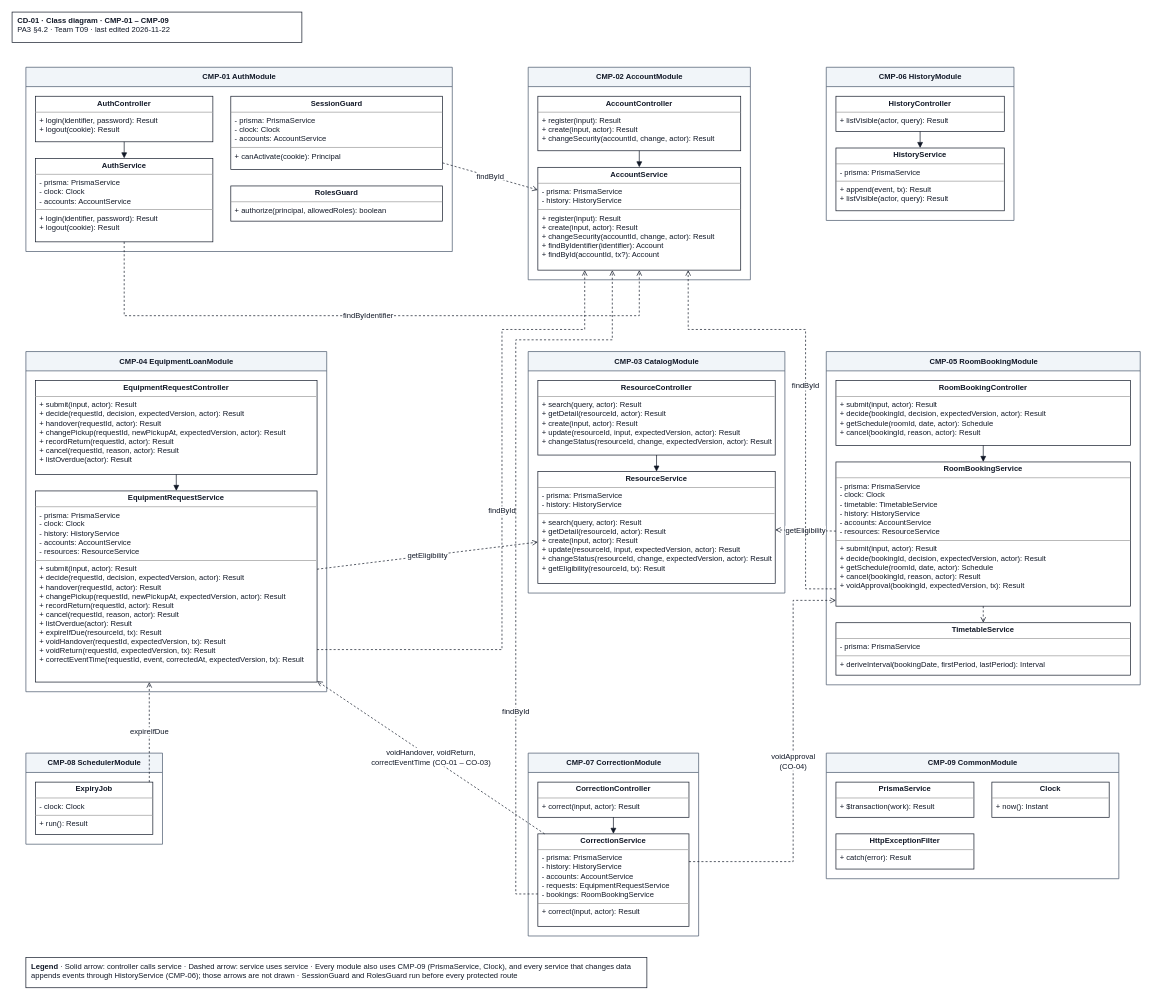
The draw.io diagram docs/design/diagrams/CD-01_component-classes.drawio in JuliaTrang/T09-CampusBorrow, before the edit. Source tidied: cells renumbered, new cells numbered last; positions are measured from the earlier drawing's top-left corner, leaving out a move shared by most shapes. Both pictures are drawn from the tidied source at 69%, with x=0, y=0 at pixel (12, 12).
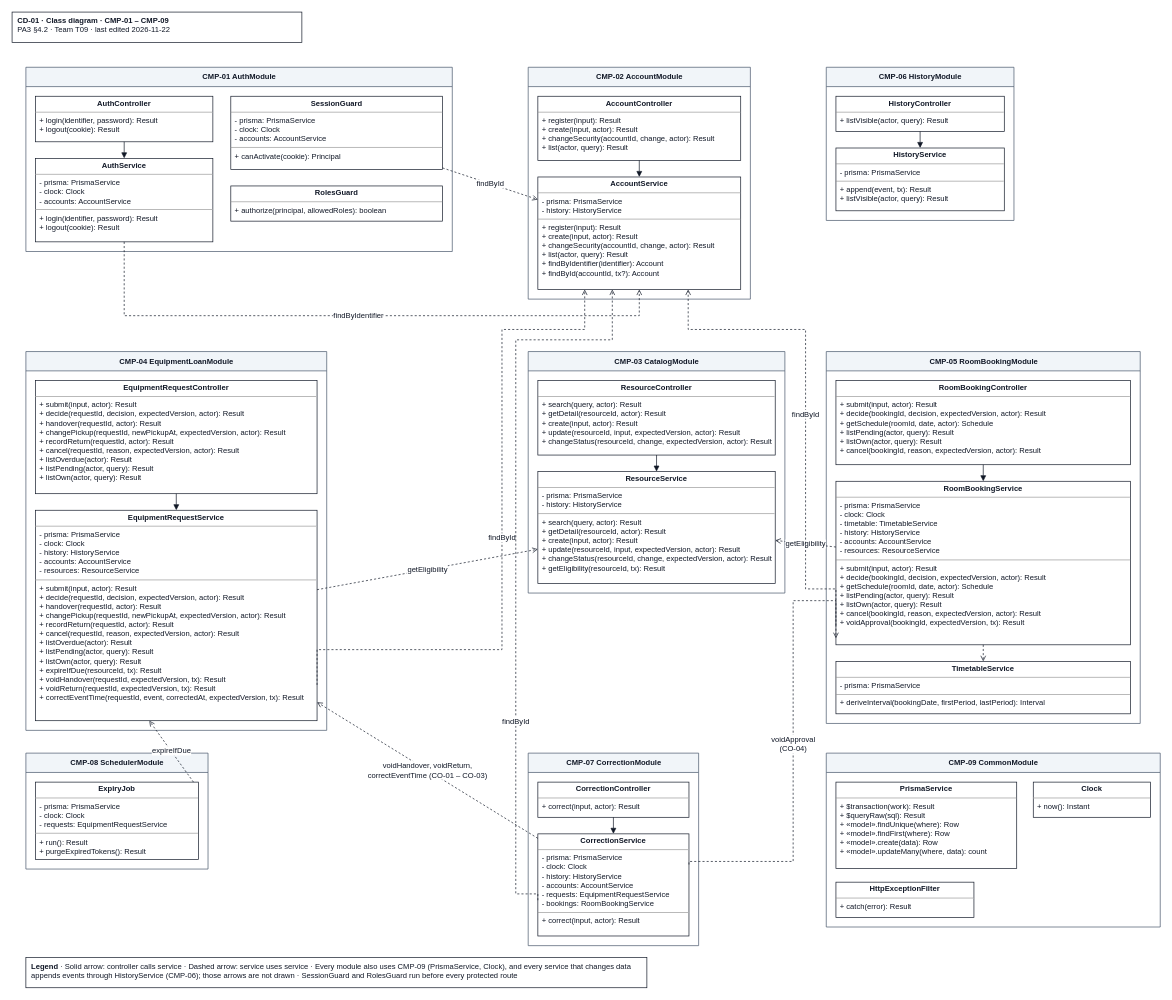
Above is the later version.

What changed in the source:
```diff
@@
     <mxCell id="8" value="CMP-02 AccountModule" style="swimlane;startSize=28;html=1;horizontal=1;fillColor=#f1f5f9;strokeColor=#475569;fontStyle=1;rounded=0;fontFamily=Arial;fontSize=11;fontColor=#111827;" parent="1" vertex="1">
-      <mxGeometry x="748" y="80" width="322" height="308" as="geometry" />
+      <mxGeometry x="748" y="80" width="322" height="336" as="geometry" />
     </mxCell>
-    <mxCell id="9" value="&lt;p style=&quot;margin:0px;margin-top:4px;text-align:center;&quot;&gt;&lt;b&gt;AccountController&lt;/b&gt;&lt;/p&gt;&lt;hr size=&quot;1&quot;/&gt;&lt;p style=&quot;margin:0px;margin-left:6px;&quot;&gt;+ register(input): Result&lt;br&gt;+ create(input, actor): Result&lt;br&gt;+ changeSecurity(accountId, change, actor): Result&lt;/p&gt;" style="verticalAlign=top;align=left;overflow=fill;html=1;whiteSpace=wrap;rounded=0;strokeColor=#111827;fillColor=#ffffff;fontFamily=Arial;fontSize=11;fontColor=#111827;" parent="8" vertex="1">
-      <mxGeometry x="14" y="42" width="294" height="79" as="geometry" />
+    <mxCell id="9" value="&lt;p style=&quot;margin:0px;margin-top:4px;text-align:center;&quot;&gt;&lt;b&gt;AccountController&lt;/b&gt;&lt;/p&gt;&lt;hr size=&quot;1&quot;/&gt;&lt;p style=&quot;margin:0px;margin-left:6px;&quot;&gt;+ register(input): Result&lt;br&gt;+ create(input, actor): Result&lt;br&gt;+ changeSecurity(accountId, change, actor): Result&lt;br&gt;+ list(actor, query): Result&lt;/p&gt;" style="verticalAlign=top;align=left;overflow=fill;html=1;whiteSpace=wrap;rounded=0;strokeColor=#111827;fillColor=#ffffff;fontFamily=Arial;fontSize=11;fontColor=#111827;" parent="8" vertex="1">
+      <mxGeometry x="14" y="42" width="294" height="93" as="geometry" />
     </mxCell>
-    <mxCell id="10" value="&lt;p style=&quot;margin:0px;margin-top:4px;text-align:center;&quot;&gt;&lt;b&gt;AccountService&lt;/b&gt;&lt;/p&gt;&lt;hr size=&quot;1&quot;/&gt;&lt;p style=&quot;margin:0px;margin-left:6px;&quot;&gt;- prisma: PrismaService&lt;br&gt;- history: HistoryService&lt;/p&gt;&lt;hr size=&quot;1&quot;/&gt;&lt;p style=&quot;margin:0px;margin-left:6px;&quot;&gt;+ register(input): Result&lt;br&gt;+ create(input, actor): Result&lt;br&gt;+ changeSecurity(accountId, change, actor): Result&lt;br&gt;+ findByIdentifier(identifier): Account&lt;br&gt;+ findById(accountId, tx?): Account&lt;/p&gt;" style="verticalAlign=top;align=left;overflow=fill;html=1;whiteSpace=wrap;rounded=0;strokeColor=#111827;fillColor=#ffffff;fontFamily=Arial;fontSize=11;fontColor=#111827;" parent="8" vertex="1">
-      <mxGeometry x="14" y="145" width="294" height="149" as="geometry" />
+    <mxCell id="10" value="&lt;p style=&quot;margin:0px;margin-top:4px;text-align:center;&quot;&gt;&lt;b&gt;AccountService&lt;/b&gt;&lt;/p&gt;&lt;hr size=&quot;1&quot;/&gt;&lt;p style=&quot;margin:0px;margin-left:6px;&quot;&gt;- prisma: PrismaService&lt;br&gt;- history: HistoryService&lt;/p&gt;&lt;hr size=&quot;1&quot;/&gt;&lt;p style=&quot;margin:0px;margin-left:6px;&quot;&gt;+ register(input): Result&lt;br&gt;+ create(input, actor): Result&lt;br&gt;+ changeSecurity(accountId, change, actor): Result&lt;br&gt;+ list(actor, query): Result&lt;br&gt;+ findByIdentifier(identifier): Account&lt;br&gt;+ findById(accountId, tx?): Account&lt;/p&gt;" style="verticalAlign=top;align=left;overflow=fill;html=1;whiteSpace=wrap;rounded=0;strokeColor=#111827;fillColor=#ffffff;fontFamily=Arial;fontSize=11;fontColor=#111827;" parent="8" vertex="1">
+      <mxGeometry x="14" y="159" width="294" height="163" as="geometry" />
     </mxCell>
@@
     <mxCell id="14" value="CMP-04 EquipmentLoanModule" style="swimlane;startSize=28;html=1;horizontal=1;fillColor=#f1f5f9;strokeColor=#475569;fontStyle=1;rounded=0;fontFamily=Arial;fontSize=11;fontColor=#111827;" parent="1" vertex="1">
-      <mxGeometry x="20" y="492" width="436" height="493" as="geometry" />
+      <mxGeometry x="20" y="492" width="436" height="549" as="geometry" />
     </mxCell>
-    <mxCell id="15" value="&lt;p style=&quot;margin:0px;margin-top:4px;text-align:center;&quot;&gt;&lt;b&gt;EquipmentRequestController&lt;/b&gt;&lt;/p&gt;&lt;hr size=&quot;1&quot;/&gt;&lt;p style=&quot;margin:0px;margin-left:6px;&quot;&gt;+ submit(input, actor): Result&lt;br&gt;+ decide(requestId, decision, expectedVersion, actor): Result&lt;br&gt;+ handover(requestId, actor): Result&lt;br&gt;+ changePickup(requestId, newPickupAt, expectedVersion, actor): Result&lt;br&gt;+ recordReturn(requestId, actor): Result&lt;br&gt;+ cancel(requestId, reason, actor): Result&lt;br&gt;+ listOverdue(actor): Result&lt;/p&gt;" style="verticalAlign=top;align=left;overflow=fill;html=1;whiteSpace=wrap;rounded=0;strokeColor=#111827;fillColor=#ffffff;fontFamily=Arial;fontSize=11;fontColor=#111827;" parent="14" vertex="1">
-      <mxGeometry x="14" y="42" width="408" height="136" as="geometry" />
+    <mxCell id="15" value="&lt;p style=&quot;margin:0px;margin-top:4px;text-align:center;&quot;&gt;&lt;b&gt;EquipmentRequestController&lt;/b&gt;&lt;/p&gt;&lt;hr size=&quot;1&quot;/&gt;&lt;p style=&quot;margin:0px;margin-left:6px;&quot;&gt;+ submit(input, actor): Result&lt;br&gt;+ decide(requestId, decision, expectedVersion, actor): Result&lt;br&gt;+ handover(requestId, actor): Result&lt;br&gt;+ changePickup(requestId, newPickupAt, expectedVersion, actor): Result&lt;br&gt;+ recordReturn(requestId, actor): Result&lt;br&gt;+ cancel(requestId, reason, expectedVersion, actor): Result&lt;br&gt;+ listOverdue(actor): Result&lt;br&gt;+ listPending(actor, query): Result&lt;br&gt;+ listOwn(actor, query): Result&lt;/p&gt;" style="verticalAlign=top;align=left;overflow=fill;html=1;whiteSpace=wrap;rounded=0;strokeColor=#111827;fillColor=#ffffff;fontFamily=Arial;fontSize=11;fontColor=#111827;" parent="14" vertex="1">
+      <mxGeometry x="14" y="42" width="408" height="164" as="geometry" />
     </mxCell>
-    <mxCell id="16" value="&lt;p style=&quot;margin:0px;margin-top:4px;text-align:center;&quot;&gt;&lt;b&gt;EquipmentRequestService&lt;/b&gt;&lt;/p&gt;&lt;hr size=&quot;1&quot;/&gt;&lt;p style=&quot;margin:0px;margin-left:6px;&quot;&gt;- prisma: PrismaService&lt;br&gt;- clock: Clock&lt;br&gt;- history: HistoryService&lt;br&gt;- accounts: AccountService&lt;br&gt;- resources: ResourceService&lt;/p&gt;&lt;hr size=&quot;1&quot;/&gt;&lt;p style=&quot;margin:0px;margin-left:6px;&quot;&gt;+ submit(input, actor): Result&lt;br&gt;+ decide(requestId, decision, expectedVersion, actor): Result&lt;br&gt;+ handover(requestId, actor): Result&lt;br&gt;+ changePickup(requestId, newPickupAt, expectedVersion, actor): Result&lt;br&gt;+ recordReturn(requestId, actor): Result&lt;br&gt;+ cancel(requestId, reason, actor): Result&lt;br&gt;+ listOverdue(actor): Result&lt;br&gt;+ expireIfDue(resourceId, tx): Result&lt;br&gt;+ voidHandover(requestId, expectedVersion, tx): Result&lt;br&gt;+ voidReturn(requestId, expectedVersion, tx): Result&lt;br&gt;+ correctEventTime(requestId, event, correctedAt, expectedVersion, tx): Result&lt;/p&gt;" style="verticalAlign=top;align=left;overflow=fill;html=1;whiteSpace=wrap;rounded=0;strokeColor=#111827;fillColor=#ffffff;fontFamily=Arial;fontSize=11;fontColor=#111827;" parent="14" vertex="1">
-      <mxGeometry x="14" y="202" width="408" height="277" as="geometry" />
+    <mxCell id="16" value="&lt;p style=&quot;margin:0px;margin-top:4px;text-align:center;&quot;&gt;&lt;b&gt;EquipmentRequestService&lt;/b&gt;&lt;/p&gt;&lt;hr size=&quot;1&quot;/&gt;&lt;p style=&quot;margin:0px;margin-left:6px;&quot;&gt;- prisma: PrismaService&lt;br&gt;- clock: Clock&lt;br&gt;- history: HistoryService&lt;br&gt;- accounts: AccountService&lt;br&gt;- resources: ResourceService&lt;/p&gt;&lt;hr size=&quot;1&quot;/&gt;&lt;p style=&quot;margin:0px;margin-left:6px;&quot;&gt;+ submit(input, actor): Result&lt;br&gt;+ decide(requestId, decision, expectedVersion, actor): Result&lt;br&gt;+ handover(requestId, actor): Result&lt;br&gt;+ changePickup(requestId, newPickupAt, expectedVersion, actor): Result&lt;br&gt;+ recordReturn(requestId, actor): Result&lt;br&gt;+ cancel(requestId, reason, expectedVersion, actor): Result&lt;br&gt;+ listOverdue(actor): Result&lt;br&gt;+ listPending(actor, query): Result&lt;br&gt;+ listOwn(actor, query): Result&lt;br&gt;+ expireIfDue(resourceId, tx): Result&lt;br&gt;+ voidHandover(requestId, expectedVersion, tx): Result&lt;br&gt;+ voidReturn(requestId, expectedVersion, tx): Result&lt;br&gt;+ correctEventTime(requestId, event, correctedAt, expectedVersion, tx): Result&lt;/p&gt;" style="verticalAlign=top;align=left;overflow=fill;html=1;whiteSpace=wrap;rounded=0;strokeColor=#111827;fillColor=#ffffff;fontFamily=Arial;fontSize=11;fontColor=#111827;" parent="14" vertex="1">
+      <mxGeometry x="14" y="230" width="408" height="305" as="geometry" />
     </mxCell>
@@
     <mxCell id="20" value="CMP-05 RoomBookingModule" style="swimlane;startSize=28;html=1;horizontal=1;fillColor=#f1f5f9;strokeColor=#475569;fontStyle=1;rounded=0;fontFamily=Arial;fontSize=11;fontColor=#111827;" parent="1" vertex="1">
-      <mxGeometry x="1180" y="492" width="455" height="483" as="geometry" />
+      <mxGeometry x="1180" y="492" width="455" height="539" as="geometry" />
     </mxCell>
-    <mxCell id="21" value="&lt;p style=&quot;margin:0px;margin-top:4px;text-align:center;&quot;&gt;&lt;b&gt;RoomBookingController&lt;/b&gt;&lt;/p&gt;&lt;hr size=&quot;1&quot;/&gt;&lt;p style=&quot;margin:0px;margin-left:6px;&quot;&gt;+ submit(input, actor): Result&lt;br&gt;+ decide(bookingId, decision, expectedVersion, actor): Result&lt;br&gt;+ getSchedule(roomId, date, actor): Schedule&lt;br&gt;+ cancel(bookingId, reason, actor): Result&lt;/p&gt;" style="verticalAlign=top;align=left;overflow=fill;html=1;whiteSpace=wrap;rounded=0;strokeColor=#111827;fillColor=#ffffff;fontFamily=Arial;fontSize=11;fontColor=#111827;" parent="20" vertex="1">
-      <mxGeometry x="14" y="42" width="427" height="94" as="geometry" />
+    <mxCell id="21" value="&lt;p style=&quot;margin:0px;margin-top:4px;text-align:center;&quot;&gt;&lt;b&gt;RoomBookingController&lt;/b&gt;&lt;/p&gt;&lt;hr size=&quot;1&quot;/&gt;&lt;p style=&quot;margin:0px;margin-left:6px;&quot;&gt;+ submit(input, actor): Result&lt;br&gt;+ decide(bookingId, decision, expectedVersion, actor): Result&lt;br&gt;+ getSchedule(roomId, date, actor): Schedule&lt;br&gt;+ listPending(actor, query): Result&lt;br&gt;+ listOwn(actor, query): Result&lt;br&gt;+ cancel(bookingId, reason, expectedVersion, actor): Result&lt;/p&gt;" style="verticalAlign=top;align=left;overflow=fill;html=1;whiteSpace=wrap;rounded=0;strokeColor=#111827;fillColor=#ffffff;fontFamily=Arial;fontSize=11;fontColor=#111827;" parent="20" vertex="1">
+      <mxGeometry x="14" y="42" width="427" height="122" as="geometry" />
     </mxCell>
-    <mxCell id="22" value="&lt;p style=&quot;margin:0px;margin-top:4px;text-align:center;&quot;&gt;&lt;b&gt;RoomBookingService&lt;/b&gt;&lt;/p&gt;&lt;hr size=&quot;1&quot;/&gt;&lt;p style=&quot;margin:0px;margin-left:6px;&quot;&gt;- prisma: PrismaService&lt;br&gt;- clock: Clock&lt;br&gt;- timetable: TimetableService&lt;br&gt;- history: HistoryService&lt;br&gt;- accounts: AccountService&lt;br&gt;- resources: ResourceService&lt;/p&gt;&lt;hr size=&quot;1&quot;/&gt;&lt;p style=&quot;margin:0px;margin-left:6px;&quot;&gt;+ submit(input, actor): Result&lt;br&gt;+ decide(bookingId, decision, expectedVersion, actor): Result&lt;br&gt;+ getSchedule(roomId, date, actor): Schedule&lt;br&gt;+ cancel(bookingId, reason, actor): Result&lt;br&gt;+ voidApproval(bookingId, expectedVersion, tx): Result&lt;/p&gt;" style="verticalAlign=top;align=left;overflow=fill;html=1;whiteSpace=wrap;rounded=0;strokeColor=#111827;fillColor=#ffffff;fontFamily=Arial;fontSize=11;fontColor=#111827;" parent="20" vertex="1">
-      <mxGeometry x="14" y="160" width="427" height="209" as="geometry" />
+    <mxCell id="22" value="&lt;p style=&quot;margin:0px;margin-top:4px;text-align:center;&quot;&gt;&lt;b&gt;RoomBookingService&lt;/b&gt;&lt;/p&gt;&lt;hr size=&quot;1&quot;/&gt;&lt;p style=&quot;margin:0px;margin-left:6px;&quot;&gt;- prisma: PrismaService&lt;br&gt;- clock: Clock&lt;br&gt;- timetable: TimetableService&lt;br&gt;- history: HistoryService&lt;br&gt;- accounts: AccountService&lt;br&gt;- resources: ResourceService&lt;/p&gt;&lt;hr size=&quot;1&quot;/&gt;&lt;p style=&quot;margin:0px;margin-left:6px;&quot;&gt;+ submit(input, actor): Result&lt;br&gt;+ decide(bookingId, decision, expectedVersion, actor): Result&lt;br&gt;+ getSchedule(roomId, date, actor): Schedule&lt;br&gt;+ listPending(actor, query): Result&lt;br&gt;+ listOwn(actor, query): Result&lt;br&gt;+ cancel(bookingId, reason, expectedVersion, actor): Result&lt;br&gt;+ voidApproval(bookingId, expectedVersion, tx): Result&lt;/p&gt;" style="verticalAlign=top;align=left;overflow=fill;html=1;whiteSpace=wrap;rounded=0;strokeColor=#111827;fillColor=#ffffff;fontFamily=Arial;fontSize=11;fontColor=#111827;" parent="20" vertex="1">
+      <mxGeometry x="14" y="188" width="427" height="237" as="geometry" />
     </mxCell>
     <mxCell id="23" value="&lt;p style=&quot;margin:0px;margin-top:4px;text-align:center;&quot;&gt;&lt;b&gt;TimetableService&lt;/b&gt;&lt;/p&gt;&lt;hr size=&quot;1&quot;/&gt;&lt;p style=&quot;margin:0px;margin-left:6px;&quot;&gt;- prisma: PrismaService&lt;/p&gt;&lt;hr size=&quot;1&quot;/&gt;&lt;p style=&quot;margin:0px;margin-left:6px;&quot;&gt;+ deriveInterval(bookingDate, firstPeriod, lastPeriod): Interval&lt;/p&gt;" style="verticalAlign=top;align=left;overflow=fill;html=1;whiteSpace=wrap;rounded=0;strokeColor=#111827;fillColor=#ffffff;fontFamily=Arial;fontSize=11;fontColor=#111827;" parent="20" vertex="1">
-      <mxGeometry x="14" y="393" width="427" height="76" as="geometry" />
+      <mxGeometry x="14" y="449" width="427" height="76" as="geometry" />
     </mxCell>
     <mxCell id="24" value="CMP-08 SchedulerModule" style="swimlane;startSize=28;html=1;horizontal=1;fillColor=#f1f5f9;strokeColor=#475569;fontStyle=1;rounded=0;fontFamily=Arial;fontSize=11;fontColor=#111827;" parent="1" vertex="1">
-      <mxGeometry x="20" y="1074" width="198" height="132" as="geometry" />
+      <mxGeometry x="20" y="1074" width="264" height="168" as="geometry" />
     </mxCell>
-    <mxCell id="25" value="&lt;p style=&quot;margin:0px;margin-top:4px;text-align:center;&quot;&gt;&lt;b&gt;ExpiryJob&lt;/b&gt;&lt;/p&gt;&lt;hr size=&quot;1&quot;/&gt;&lt;p style=&quot;margin:0px;margin-left:6px;&quot;&gt;- clock: Clock&lt;/p&gt;&lt;hr size=&quot;1&quot;/&gt;&lt;p style=&quot;margin:0px;margin-left:6px;&quot;&gt;+ run(): Result&lt;/p&gt;" style="verticalAlign=top;align=left;overflow=fill;html=1;whiteSpace=wrap;rounded=0;strokeColor=#111827;fillColor=#ffffff;fontFamily=Arial;fontSize=11;fontColor=#111827;" parent="24" vertex="1">
-      <mxGeometry x="14" y="42" width="170" height="76" as="geometry" />
+    <mxCell id="25" value="&lt;p style=&quot;margin:0px;margin-top:4px;text-align:center;&quot;&gt;&lt;b&gt;ExpiryJob&lt;/b&gt;&lt;/p&gt;&lt;hr size=&quot;1&quot;/&gt;&lt;p style=&quot;margin:0px;margin-left:6px;&quot;&gt;- prisma: PrismaService&lt;br&gt;- clock: Clock&lt;br&gt;- requests: EquipmentRequestService&lt;/p&gt;&lt;hr size=&quot;1&quot;/&gt;&lt;p style=&quot;margin:0px;margin-left:6px;&quot;&gt;+ run(): Result&lt;br&gt;+ purgeExpiredTokens(): Result&lt;/p&gt;" style="verticalAlign=top;align=left;overflow=fill;html=1;whiteSpace=wrap;rounded=0;strokeColor=#111827;fillColor=#ffffff;fontFamily=Arial;fontSize=11;fontColor=#111827;" parent="24" vertex="1">
+      <mxGeometry x="14" y="42" width="236" height="112" as="geometry" />
     </mxCell>
     <mxCell id="26" value="CMP-07 CorrectionModule" style="swimlane;startSize=28;html=1;horizontal=1;fillColor=#f1f5f9;strokeColor=#475569;fontStyle=1;rounded=0;fontFamily=Arial;fontSize=11;fontColor=#111827;" parent="1" vertex="1">
-      <mxGeometry x="748" y="1074" width="247" height="265" as="geometry" />
+      <mxGeometry x="748" y="1074" width="247" height="279" as="geometry" />
     </mxCell>
@@
-    <mxCell id="28" value="&lt;p style=&quot;margin:0px;margin-top:4px;text-align:center;&quot;&gt;&lt;b&gt;CorrectionService&lt;/b&gt;&lt;/p&gt;&lt;hr size=&quot;1&quot;/&gt;&lt;p style=&quot;margin:0px;margin-left:6px;&quot;&gt;- prisma: PrismaService&lt;br&gt;- history: HistoryService&lt;br&gt;- accounts: AccountService&lt;br&gt;- requests: EquipmentRequestService&lt;br&gt;- bookings: RoomBookingService&lt;/p&gt;&lt;hr size=&quot;1&quot;/&gt;&lt;p style=&quot;margin:0px;margin-left:6px;&quot;&gt;+ correct(input, actor): Result&lt;/p&gt;" style="verticalAlign=top;align=left;overflow=fill;html=1;whiteSpace=wrap;rounded=0;strokeColor=#111827;fillColor=#ffffff;fontFamily=Arial;fontSize=11;fontColor=#111827;" parent="26" vertex="1">
-      <mxGeometry x="14" y="117" width="219" height="134" as="geometry" />
+    <mxCell id="28" value="&lt;p style=&quot;margin:0px;margin-top:4px;text-align:center;&quot;&gt;&lt;b&gt;CorrectionService&lt;/b&gt;&lt;/p&gt;&lt;hr size=&quot;1&quot;/&gt;&lt;p style=&quot;margin:0px;margin-left:6px;&quot;&gt;- prisma: PrismaService&lt;br&gt;- clock: Clock&lt;br&gt;- history: HistoryService&lt;br&gt;- accounts: AccountService&lt;br&gt;- requests: EquipmentRequestService&lt;br&gt;- bookings: RoomBookingService&lt;/p&gt;&lt;hr size=&quot;1&quot;/&gt;&lt;p style=&quot;margin:0px;margin-left:6px;&quot;&gt;+ correct(input, actor): Result&lt;/p&gt;" style="verticalAlign=top;align=left;overflow=fill;html=1;whiteSpace=wrap;rounded=0;strokeColor=#111827;fillColor=#ffffff;fontFamily=Arial;fontSize=11;fontColor=#111827;" parent="26" vertex="1">
+      <mxGeometry x="14" y="117" width="219" height="148" as="geometry" />
     </mxCell>
     <mxCell id="29" value="CMP-09 CommonModule" style="swimlane;startSize=28;html=1;horizontal=1;fillColor=#f1f5f9;strokeColor=#475569;fontStyle=1;rounded=0;fontFamily=Arial;fontSize=11;fontColor=#111827;" parent="1" vertex="1">
-      <mxGeometry x="1180" y="1074" width="424" height="182" as="geometry" />
+      <mxGeometry x="1180" y="1074" width="484" height="252" as="geometry" />
     </mxCell>
-    <mxCell id="30" value="&lt;p style=&quot;margin:0px;margin-top:4px;text-align:center;&quot;&gt;&lt;b&gt;PrismaService&lt;/b&gt;&lt;/p&gt;&lt;hr size=&quot;1&quot;/&gt;&lt;p style=&quot;margin:0px;margin-left:6px;&quot;&gt;+ $transaction(work): Result&lt;/p&gt;" style="verticalAlign=top;align=left;overflow=fill;html=1;whiteSpace=wrap;rounded=0;strokeColor=#111827;fillColor=#ffffff;fontFamily=Arial;fontSize=11;fontColor=#111827;" parent="29" vertex="1">
-      <mxGeometry x="14" y="42" width="200" height="51" as="geometry" />
+    <mxCell id="30" value="&lt;p style=&quot;margin:0px;margin-top:4px;text-align:center;&quot;&gt;&lt;b&gt;PrismaService&lt;/b&gt;&lt;/p&gt;&lt;hr size=&quot;1&quot;/&gt;&lt;p style=&quot;margin:0px;margin-left:6px;&quot;&gt;+ $transaction(work): Result&lt;br&gt;+ $queryRaw(sql): Result&lt;br&gt;+ «model».findUnique(where): Row&lt;br&gt;+ «model».findFirst(where): Row&lt;br&gt;+ «model».create(data): Row&lt;br&gt;+ «model».updateMany(where, data): count&lt;/p&gt;" style="verticalAlign=top;align=left;overflow=fill;html=1;whiteSpace=wrap;rounded=0;strokeColor=#111827;fillColor=#ffffff;fontFamily=Arial;fontSize=11;fontColor=#111827;" parent="29" vertex="1">
+      <mxGeometry x="14" y="42" width="262" height="125" as="geometry" />
     </mxCell>
     <mxCell id="31" value="&lt;p style=&quot;margin:0px;margin-top:4px;text-align:center;&quot;&gt;&lt;b&gt;Clock&lt;/b&gt;&lt;/p&gt;&lt;hr size=&quot;1&quot;/&gt;&lt;p style=&quot;margin:0px;margin-left:6px;&quot;&gt;+ now(): Instant&lt;/p&gt;" style="verticalAlign=top;align=left;overflow=fill;html=1;whiteSpace=wrap;rounded=0;strokeColor=#111827;fillColor=#ffffff;fontFamily=Arial;fontSize=11;fontColor=#111827;" parent="29" vertex="1">
-      <mxGeometry x="240" y="42" width="170" height="51" as="geometry" />
+      <mxGeometry x="300" y="42" width="170" height="51" as="geometry" />
     </mxCell>
     <mxCell id="32" value="&lt;p style=&quot;margin:0px;margin-top:4px;text-align:center;&quot;&gt;&lt;b&gt;HttpExceptionFilter&lt;/b&gt;&lt;/p&gt;&lt;hr size=&quot;1&quot;/&gt;&lt;p style=&quot;margin:0px;margin-left:6px;&quot;&gt;+ catch(error): Result&lt;/p&gt;" style="verticalAlign=top;align=left;overflow=fill;html=1;whiteSpace=wrap;rounded=0;strokeColor=#111827;fillColor=#ffffff;fontFamily=Arial;fontSize=11;fontColor=#111827;" parent="29" vertex="1">
-      <mxGeometry x="14" y="117" width="200" height="51" as="geometry" />
+      <mxGeometry x="14" y="187" width="200" height="51" as="geometry" />
     </mxCell>
```
